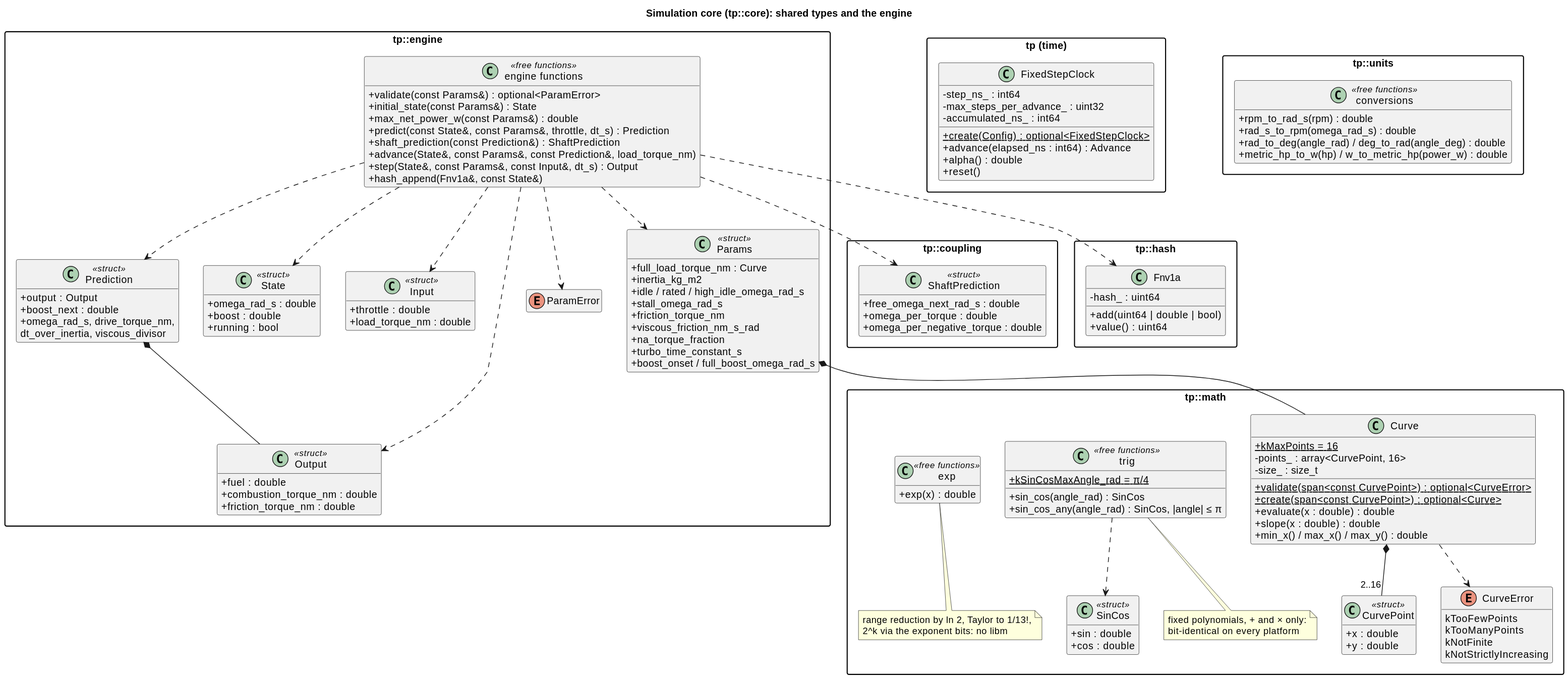
The PlantUML diagram docs/diagrams/svg/core_classes.svg in wversteeg/TractorPulling, before a commit. The source it was exported from:
```plantuml
@startuml
title Simulation core (tp::core): shared types and the engine
hide empty members
skinparam packageStyle rectangle
skinparam classAttributeIconSize 0

  package "tp::coupling" {
    class ShaftPrediction <<struct>> {
      +free_omega_next_rad_s : double
      +omega_per_torque : double
      +omega_per_negative_torque : double
    }
  }

  package "tp::math" {
    class CurvePoint <<struct>> {
      +x : double
      +y : double
    }
    enum CurveError {
      kTooFewPoints
      kTooManyPoints
      kNotFinite
      kNotStrictlyIncreasing
    }
    class Curve {
      +{static} kMaxPoints = 16
      -points_ : array<CurvePoint, 16>
      -size_ : size_t
      +{static} validate(span<const CurvePoint>) : optional<CurveError>
      +{static} create(span<const CurvePoint>) : optional<Curve>
      +evaluate(x : double) : double
      +slope(x : double) : double
      +min_x() / max_x() / max_y() : double
    }
    Curve *-- "2..16" CurvePoint
    Curve ..> CurveError
    class SinCos <<struct>> {
      +sin : double
      +cos : double
    }
    class "trig" as Trig <<free functions>> {
      +{static} kSinCosMaxAngle_rad = π/4
      +sin_cos(angle_rad) : SinCos
      +sin_cos_any(angle_rad) : SinCos, |angle| ≤ π
    }
    Trig ..> SinCos
    note bottom of Trig
      fixed polynomials, + and × only:
      bit-identical on every platform
    end note
    class "exp" as Exp <<free functions>> {
      +exp(x) : double
    }
    note bottom of Exp
      range reduction by ln 2, Taylor to 1/13!,
      2^k via the exponent bits: no libm
    end note
  }

  package "tp::engine" {
    class Params <<struct>> {
      +full_load_torque_nm : Curve
      +inertia_kg_m2
      +idle / rated / high_idle_omega_rad_s
      +stall_omega_rad_s
      +friction_torque_nm
      +viscous_friction_nm_s_rad
      +na_torque_fraction
      +turbo_time_constant_s
      +boost_onset / full_boost_omega_rad_s
    }
    class State <<struct>> {
      +omega_rad_s : double
      +boost : double
      +running : bool
    }
    class Input <<struct>> {
      +throttle : double
      +load_torque_nm : double
    }
    class Output <<struct>> {
      +fuel : double
      +combustion_torque_nm : double
      +friction_torque_nm : double
    }
    enum ParamError
    class Prediction <<struct>> {
      +output : Output
      +boost_next : double
      +omega_rad_s, drive_torque_nm,
       dt_over_inertia, viscous_divisor
    }
    class "engine functions" as EngineFns <<free functions>> {
      +validate(const Params&) : optional<ParamError>
      +initial_state(const Params&) : State
      +max_net_power_w(const Params&) : double
      +predict(const State&, const Params&, throttle, dt_s) : Prediction
      +shaft_prediction(const Prediction&) : ShaftPrediction
      +advance(State&, const Params&, const Prediction&, load_torque_nm)
      +step(State&, const Params&, const Input&, dt_s) : Output
      +hash_append(Fnv1a&, const State&)
    }
    Prediction *-- Output
    EngineFns ..> Prediction
    Params *-- Curve
    EngineFns ..> Params
    EngineFns ..> State
    EngineFns ..> Input
    EngineFns ..> Output
    EngineFns ..> ParamError
  }


  EngineFns ..> ShaftPrediction

  package "tp::hash" {
    class Fnv1a {
      -hash_ : uint64
      +add(uint64 | double | bool)
      +value() : uint64
    }
  }
  EngineFns ..> Fnv1a

  package "tp (time)" {
    class FixedStepClock {
      -step_ns_ : int64
      -max_steps_per_advance_ : uint32
      -accumulated_ns_ : int64
      +{static} create(Config) : optional<FixedStepClock>
      +advance(elapsed_ns : int64) : Advance
      +alpha() : double
      +reset()
    }
  }

  package "tp::units" {
    class "conversions" as Units <<free functions>> {
      +rpm_to_rad_s(rpm) : double
      +rad_s_to_rpm(omega_rad_s) : double
      +rad_to_deg(angle_rad) / deg_to_rad(angle_deg) : double
      +metric_hp_to_w(hp) / w_to_metric_hp(power_w) : double
    }
  }
@enduml
```
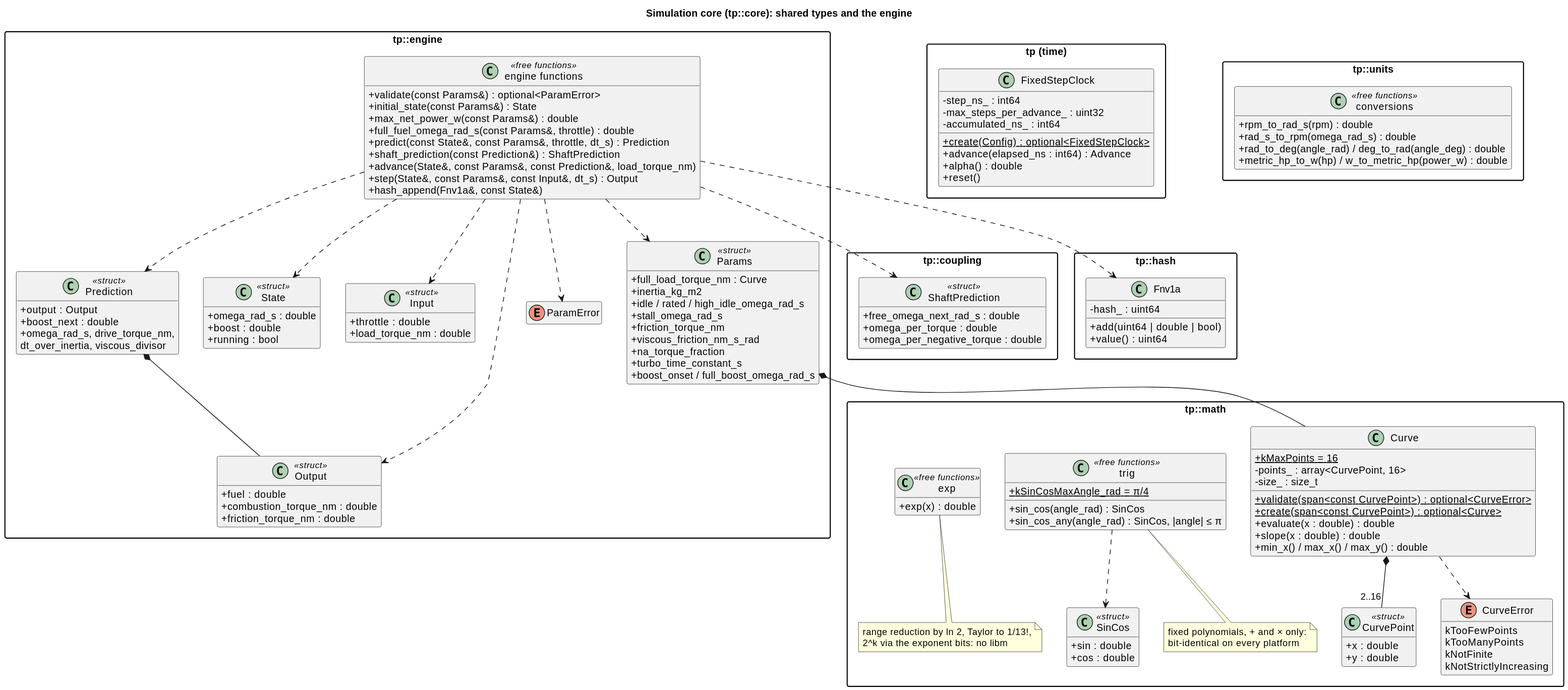
The same diagram one commit later.

Diff of the diagram source:
```diff
@@ -95,6 +95,7 @@
       +validate(const Params&) : optional<ParamError>
       +initial_state(const Params&) : State
       +max_net_power_w(const Params&) : double
+      +full_fuel_omega_rad_s(const Params&, throttle) : double
       +predict(const State&, const Params&, throttle, dt_s) : Prediction
       +shaft_prediction(const Prediction&) : ShaftPrediction
       +advance(State&, const Params&, const Prediction&, load_torque_nm)
```
